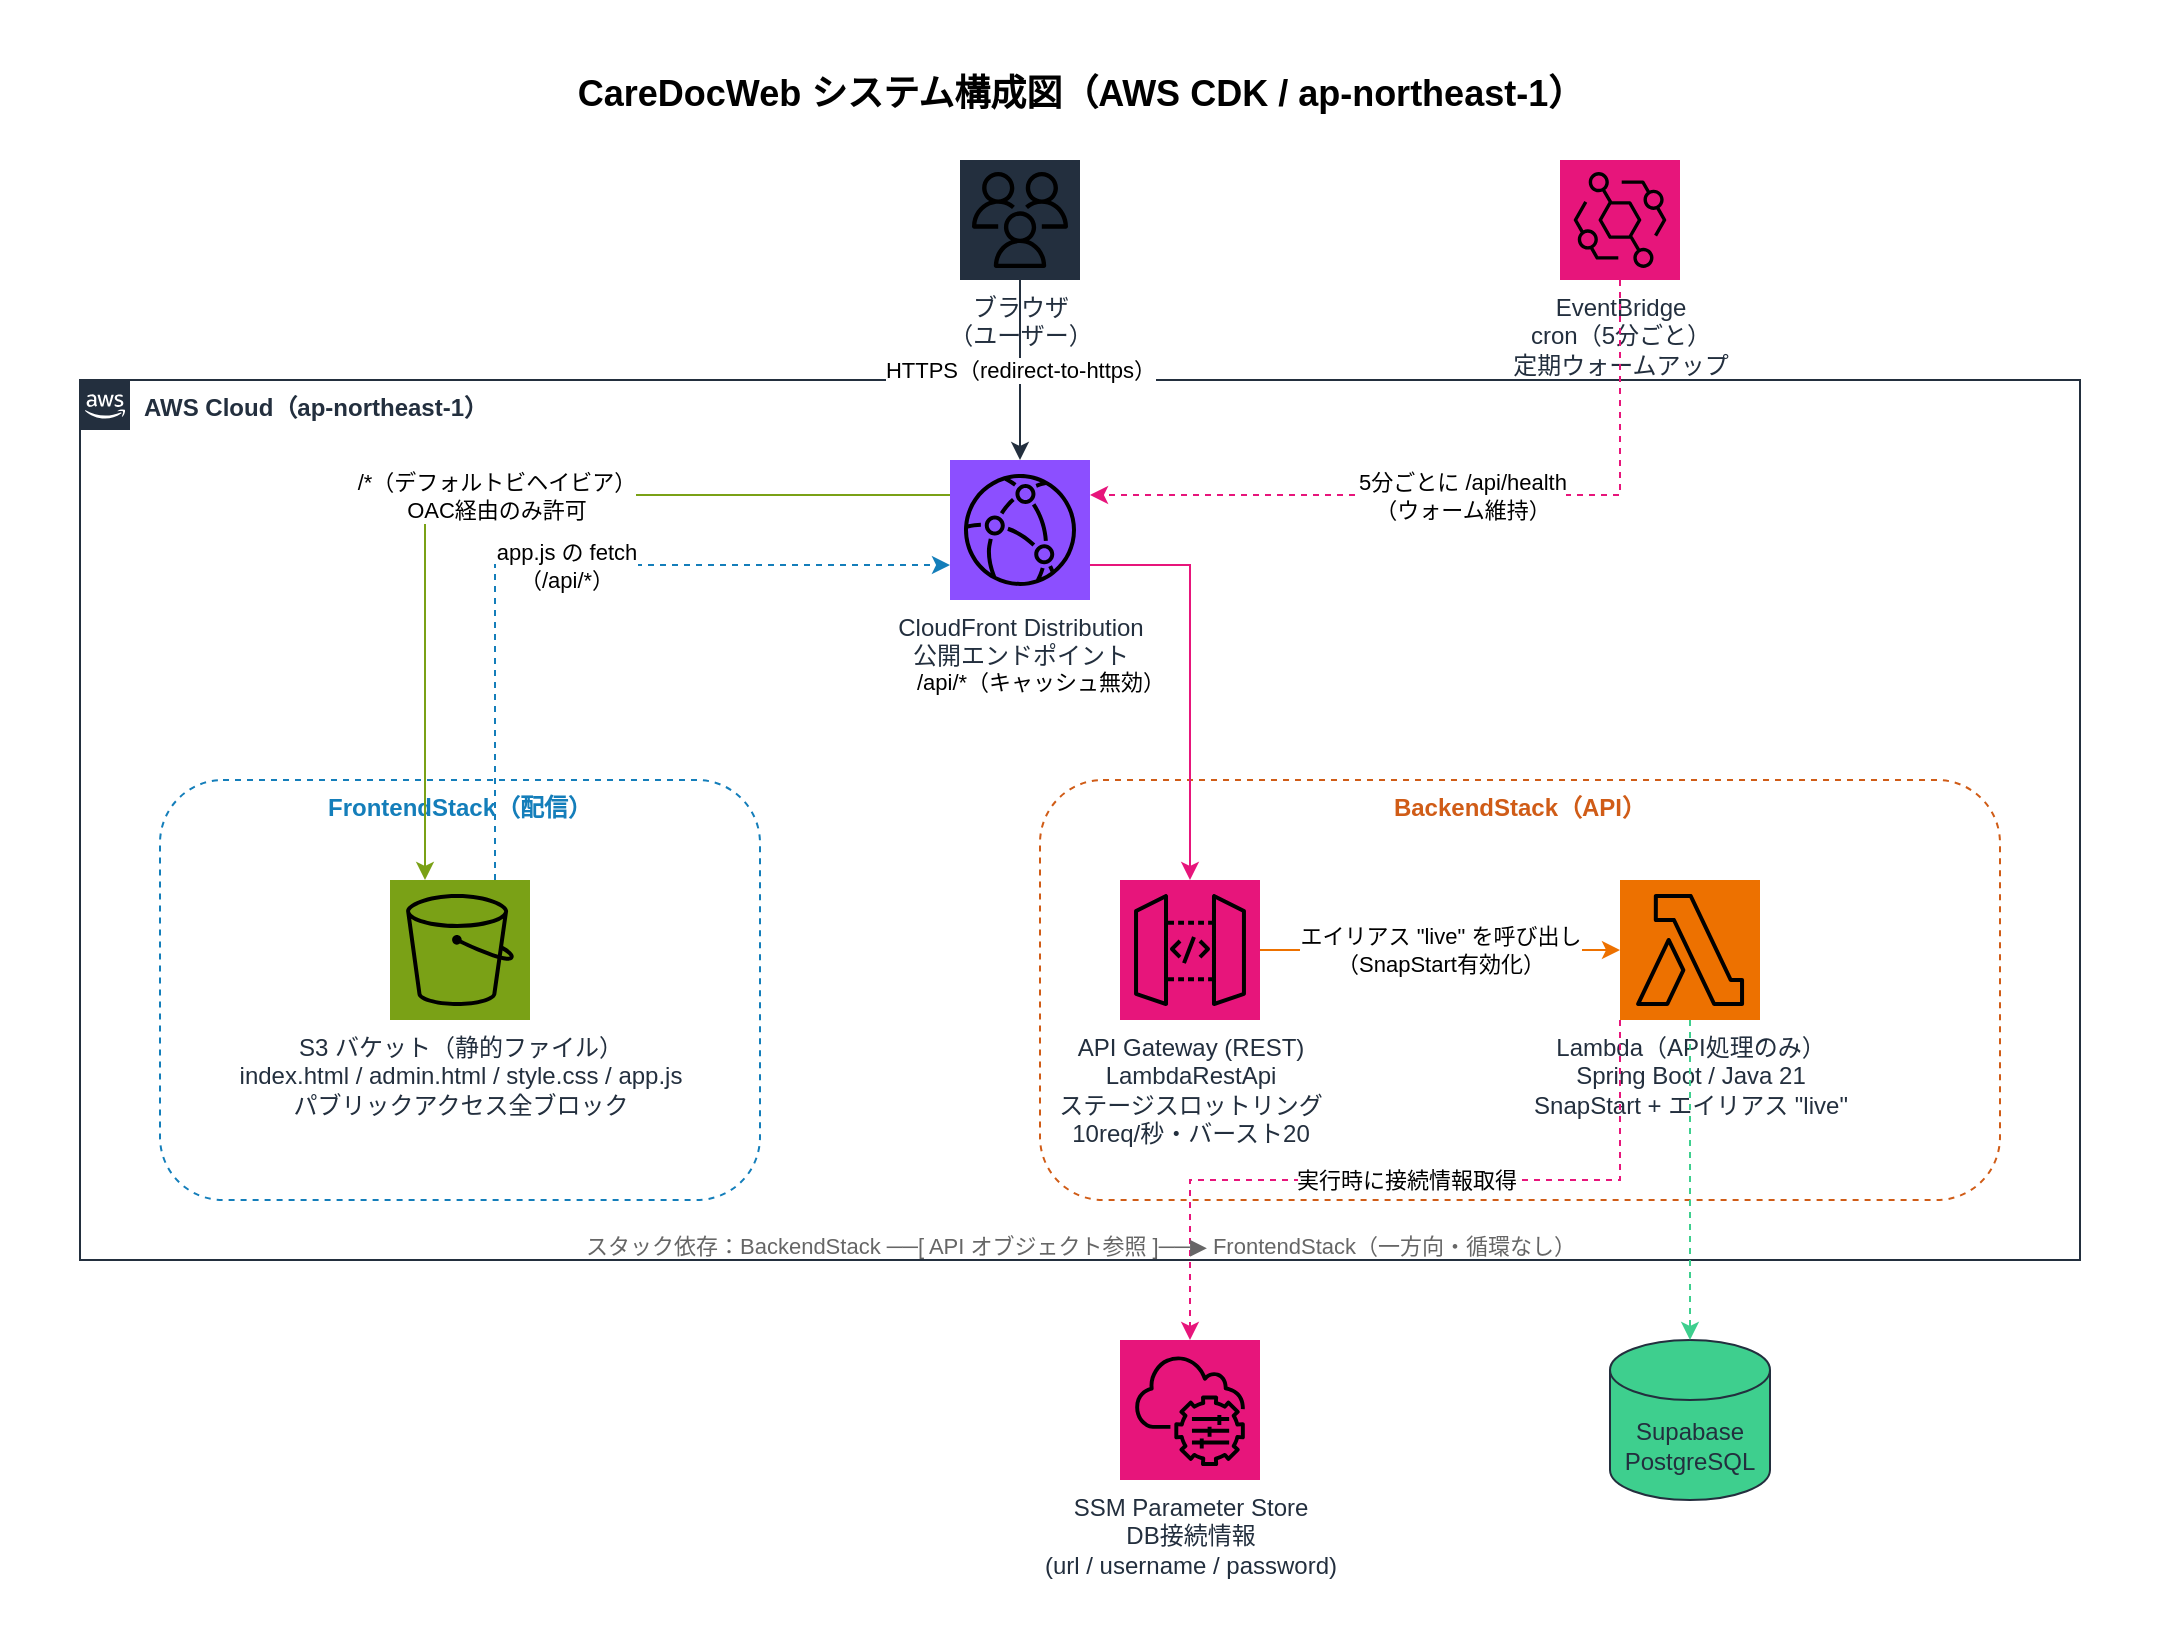
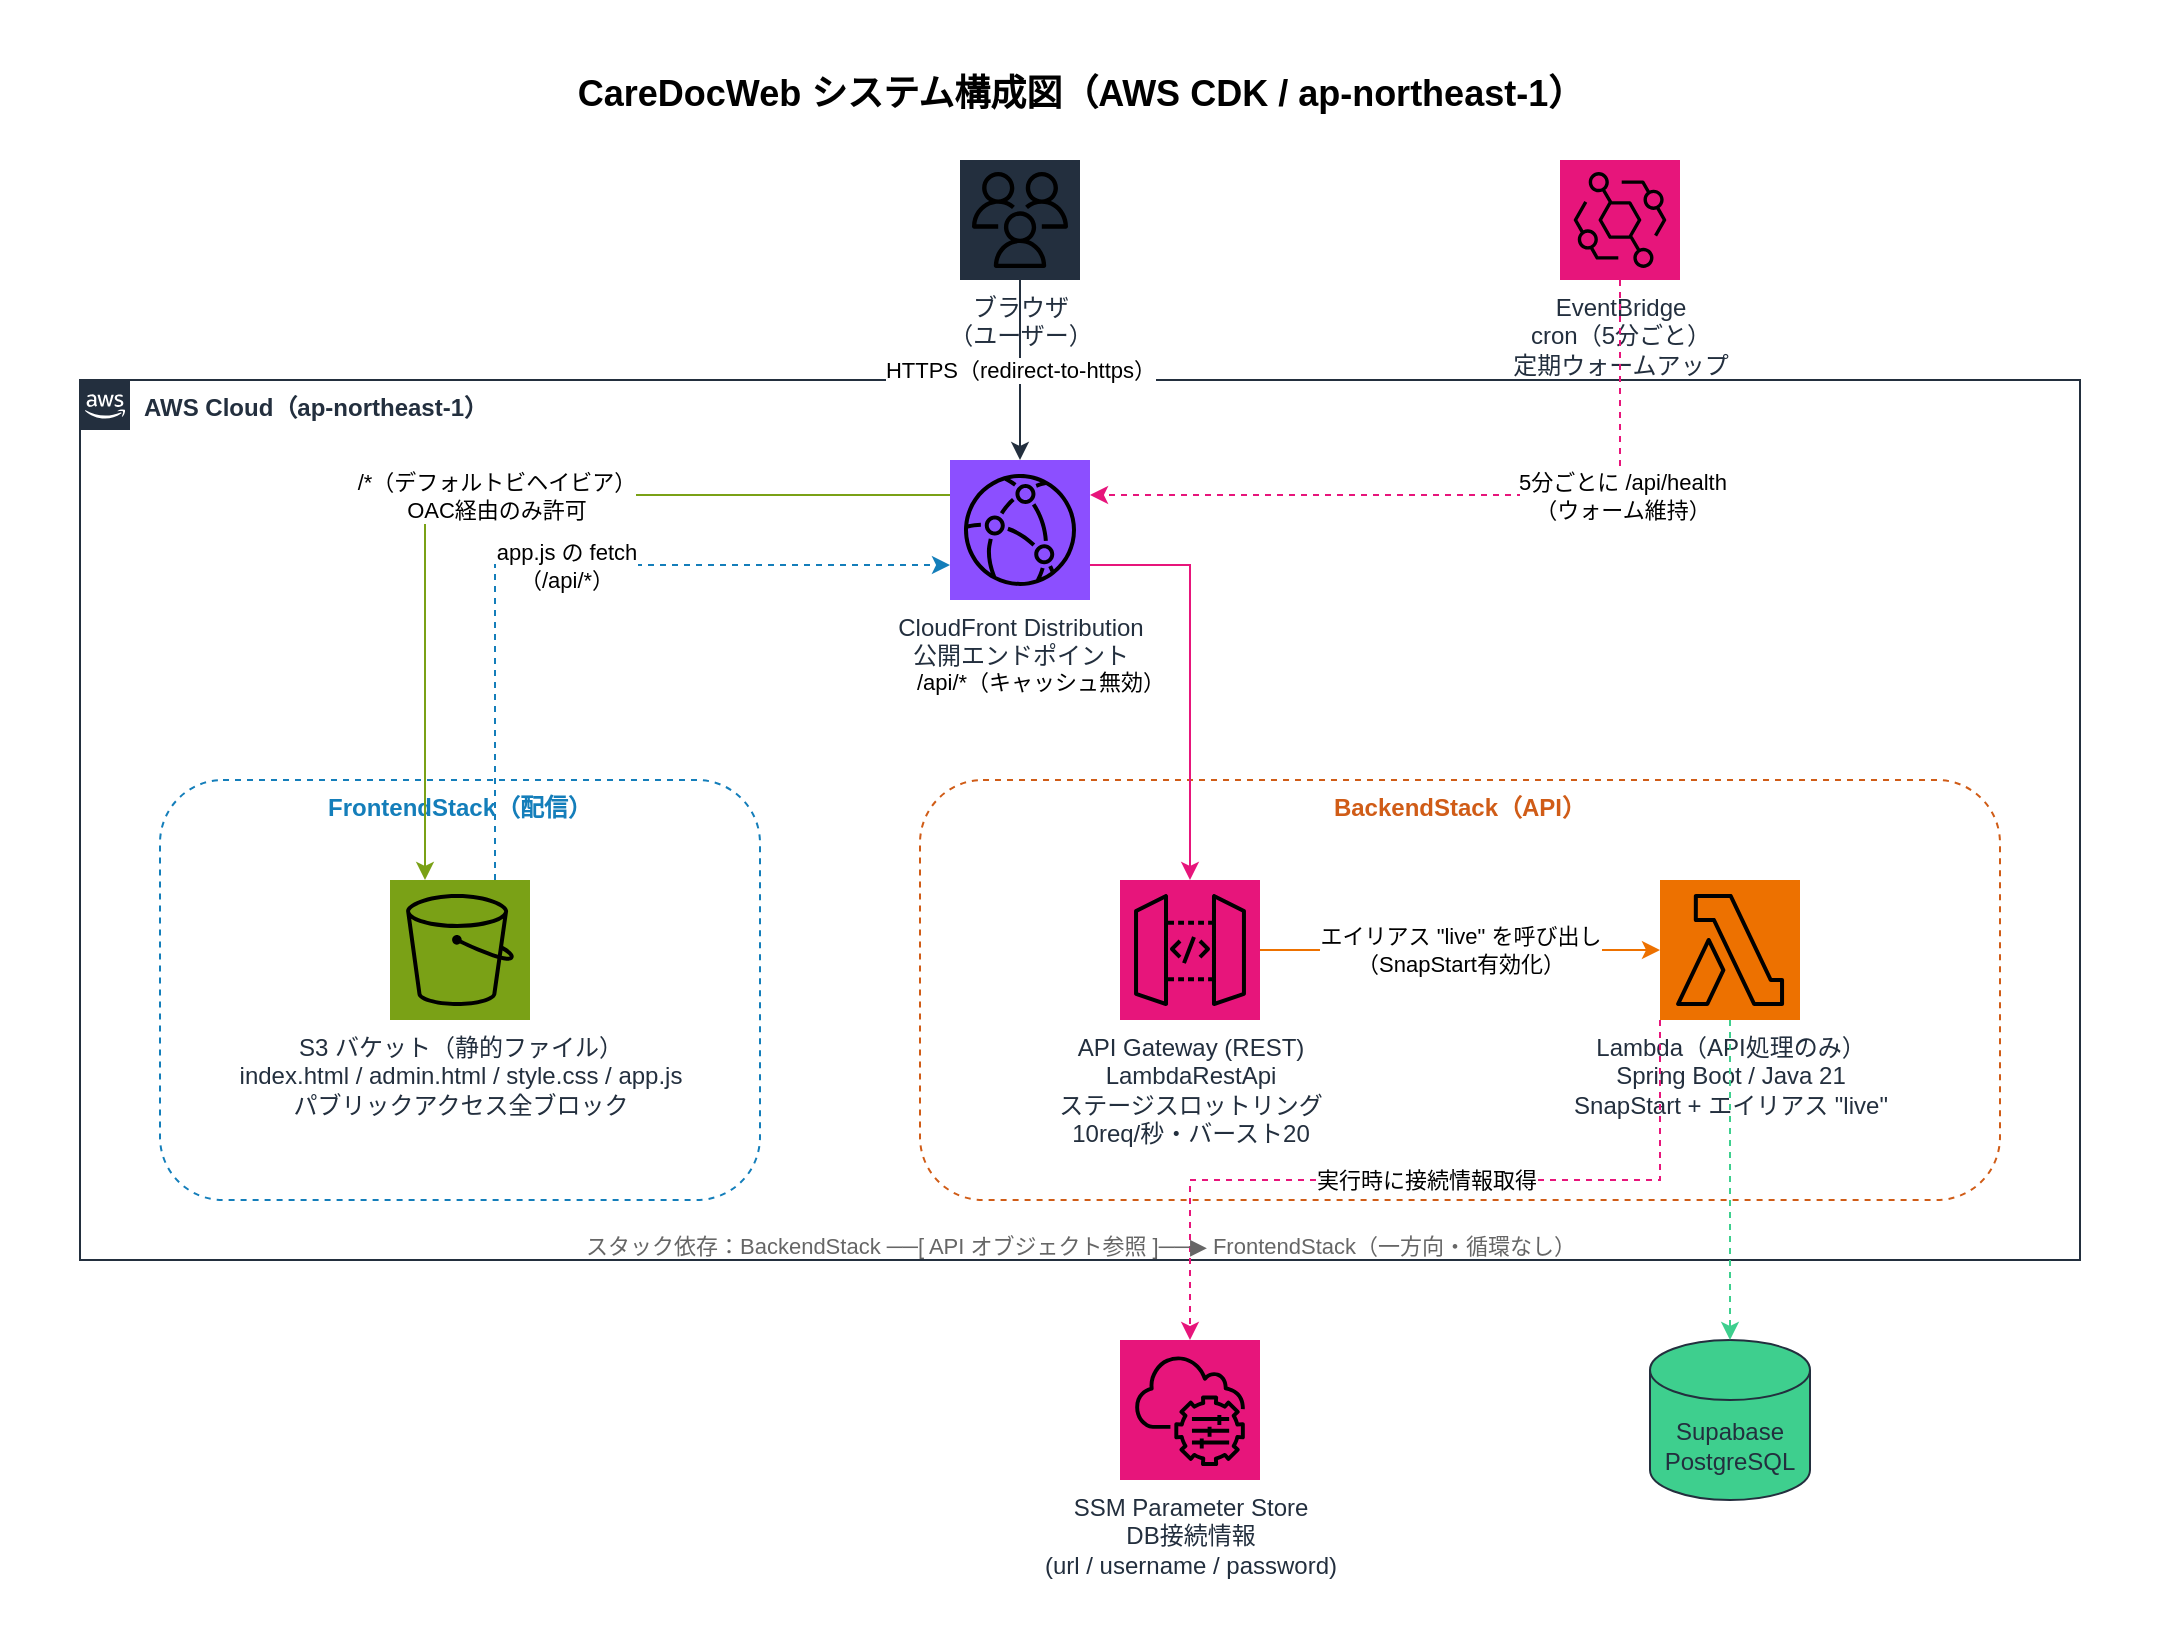
<mxfile host="app.diagrams.net">
-   <diagram id="GJ-od4RyAhmryUaC1clq" name="CareDocWeb システム構成図">
+   <diagram name="CareDocWeb システム構成図" id="usbk0odRFyMoZDVA6Zk8">
    <mxGraphModel dx="1030" dy="1856" grid="1" gridSize="10" guides="1" tooltips="1" connect="1" arrows="1" fold="1" page="1" pageScale="1" pageWidth="827" pageHeight="1169" math="0" shadow="0">
      <root>
        <mxCell id="0" />
        <mxCell id="1" parent="0" />
-         <mxCell id="wGB5IGnbVNN5AnvVcGlE-1" parent="1" style="rounded=0;whiteSpace=wrap;html=1;fillColor=none;strokeColor=none;" value="" vertex="1">
+         <mxCell id="gzYDtoCXzlEliaP7WtSG-1" parent="1" style="rounded=0;whiteSpace=wrap;html=1;fillColor=none;strokeColor=none;" value="" vertex="1">
          <mxGeometry height="820" width="1080" x="40" y="-10" as="geometry" />
        </mxCell>
-         <mxCell id="wGB5IGnbVNN5AnvVcGlE-2" parent="1" style="text;html=1;fontSize=18;fontStyle=1;align=center;" value="CareDocWeb システム構成図（AWS CDK / ap-northeast-1）" vertex="1">
+         <mxCell id="gzYDtoCXzlEliaP7WtSG-2" parent="1" style="text;html=1;fontSize=18;fontStyle=1;align=center;" value="CareDocWeb システム構成図（AWS CDK / ap-northeast-1）" vertex="1">
          <mxGeometry height="30" width="600" x="280" y="20" as="geometry" />
        </mxCell>
-         <mxCell id="wGB5IGnbVNN5AnvVcGlE-3" parent="1" style="shape=mxgraph.aws4.resourceIcon;resIcon=mxgraph.aws4.users;html=1;fillColor=#232F3E;fontColor=#232F3E;verticalLabelPosition=bottom;verticalAlign=top;align=center;" value="ブラウザ&#xa;（ユーザー）" vertex="1">
+         <mxCell id="gzYDtoCXzlEliaP7WtSG-3" parent="1" style="shape=mxgraph.aws4.resourceIcon;resIcon=mxgraph.aws4.users;html=1;fillColor=#232F3E;fontColor=#232F3E;verticalLabelPosition=bottom;verticalAlign=top;align=center;" value="ブラウザ&#xa;（ユーザー）" vertex="1">
          <mxGeometry height="60" width="60" x="520" y="70" as="geometry" />
        </mxCell>
-         <mxCell id="wGB5IGnbVNN5AnvVcGlE-4" parent="1" style="shape=mxgraph.aws4.resourceIcon;resIcon=mxgraph.aws4.eventbridge;html=1;fillColor=#E7157B;fontColor=#232F3E;verticalLabelPosition=bottom;verticalAlign=top;align=center;" value="EventBridge&#xa;cron（5分ごと）&#xa;定期ウォームアップ" vertex="1">
+         <mxCell id="gzYDtoCXzlEliaP7WtSG-4" parent="1" style="shape=mxgraph.aws4.resourceIcon;resIcon=mxgraph.aws4.eventbridge;html=1;fillColor=#E7157B;fontColor=#232F3E;verticalLabelPosition=bottom;verticalAlign=top;align=center;" value="EventBridge&#xa;cron（5分ごと）&#xa;定期ウォームアップ" vertex="1">
          <mxGeometry height="60" width="60" x="820" y="70" as="geometry" />
        </mxCell>
-         <mxCell id="wGB5IGnbVNN5AnvVcGlE-5" parent="1" style="points=[[0,0],[0.25,0],[0.5,0],[0.75,0],[1,0],[1,0.25],[1,0.5],[1,0.75],[1,1],[0.75,1],[0.5,1],[0.25,1],[0,1],[0,0.75],[0,0.5],[0,0.25]];outlineConnect=0;gradientColor=none;html=1;whiteSpace=wrap;fontSize=12;fontStyle=1;container=0;pointerEvents=0;collapsible=0;recursiveResize=0;shape=mxgraph.aws4.group;grIcon=mxgraph.aws4.group_aws_cloud_alt;strokeColor=#232F3E;fillColor=none;verticalAlign=top;align=left;spacingLeft=30;fontColor=#232F3E;dashed=0;" value="AWS Cloud（ap-northeast-1）" vertex="1">
+         <mxCell id="gzYDtoCXzlEliaP7WtSG-5" parent="1" style="points=[[0,0],[0.25,0],[0.5,0],[0.75,0],[1,0],[1,0.25],[1,0.5],[1,0.75],[1,1],[0.75,1],[0.5,1],[0.25,1],[0,1],[0,0.75],[0,0.5],[0,0.25]];outlineConnect=0;gradientColor=none;html=1;whiteSpace=wrap;fontSize=12;fontStyle=1;container=0;pointerEvents=0;collapsible=0;recursiveResize=0;shape=mxgraph.aws4.group;grIcon=mxgraph.aws4.group_aws_cloud_alt;strokeColor=#232F3E;fillColor=none;verticalAlign=top;align=left;spacingLeft=30;fontColor=#232F3E;dashed=0;" value="AWS Cloud（ap-northeast-1）" vertex="1">
          <mxGeometry height="440" width="1000" x="80" y="180" as="geometry" />
        </mxCell>
-         <mxCell id="wGB5IGnbVNN5AnvVcGlE-6" parent="1" style="shape=mxgraph.aws4.resourceIcon;resIcon=mxgraph.aws4.cloudfront;html=1;fillColor=#8C4FFF;fontColor=#232F3E;verticalLabelPosition=bottom;verticalAlign=top;align=center;" value="CloudFront Distribution&lt;div&gt;公開エンドポイント&lt;div&gt;&lt;br&gt;&lt;/div&gt;&lt;/div&gt;" vertex="1">
+         <mxCell id="gzYDtoCXzlEliaP7WtSG-6" parent="1" style="shape=mxgraph.aws4.resourceIcon;resIcon=mxgraph.aws4.cloudfront;html=1;fillColor=#8C4FFF;fontColor=#232F3E;verticalLabelPosition=bottom;verticalAlign=top;align=center;" value="CloudFront Distribution&lt;div&gt;公開エンドポイント&lt;div&gt;&lt;br&gt;&lt;/div&gt;&lt;/div&gt;" vertex="1">
          <mxGeometry height="70" width="70" x="515" y="220" as="geometry" />
        </mxCell>
-         <mxCell id="wGB5IGnbVNN5AnvVcGlE-7" parent="1" style="rounded=1;whiteSpace=wrap;html=1;fillColor=none;strokeColor=#147EBA;dashed=1;verticalAlign=top;fontStyle=1;fontColor=#147EBA;fontSize=12;" value="FrontendStack（配信）" vertex="1">
+         <mxCell id="gzYDtoCXzlEliaP7WtSG-7" parent="1" style="rounded=1;whiteSpace=wrap;html=1;fillColor=none;strokeColor=#147EBA;dashed=1;verticalAlign=top;fontStyle=1;fontColor=#147EBA;fontSize=12;" value="FrontendStack（配信）" vertex="1">
          <mxGeometry height="210" width="300" x="120" y="380" as="geometry" />
        </mxCell>
-         <mxCell id="wGB5IGnbVNN5AnvVcGlE-8" parent="1" style="shape=mxgraph.aws4.resourceIcon;resIcon=mxgraph.aws4.s3;html=1;fillColor=#7AA116;fontColor=#232F3E;verticalLabelPosition=bottom;verticalAlign=top;align=center;" value="S3 バケット（静的ファイル）&#xa;index.html / admin.html / style.css / app.js&#xa;パブリックアクセス全ブロック" vertex="1">
+         <mxCell id="gzYDtoCXzlEliaP7WtSG-8" parent="1" style="shape=mxgraph.aws4.resourceIcon;resIcon=mxgraph.aws4.s3;html=1;fillColor=#7AA116;fontColor=#232F3E;verticalLabelPosition=bottom;verticalAlign=top;align=center;" value="S3 バケット（静的ファイル）&#xa;index.html / admin.html / style.css / app.js&#xa;パブリックアクセス全ブロック" vertex="1">
          <mxGeometry height="70" width="70" x="235" y="430" as="geometry" />
        </mxCell>
-         <mxCell id="wGB5IGnbVNN5AnvVcGlE-9" parent="1" style="rounded=1;whiteSpace=wrap;html=1;fillColor=none;strokeColor=#D05C17;dashed=1;verticalAlign=top;fontStyle=1;fontColor=#D05C17;fontSize=12;" value="BackendStack（API）" vertex="1">
-           <mxGeometry height="210" width="480" x="560" y="380" as="geometry" />
+         <mxCell id="gzYDtoCXzlEliaP7WtSG-9" parent="1" style="rounded=1;whiteSpace=wrap;html=1;fillColor=none;strokeColor=#D05C17;dashed=1;verticalAlign=top;fontStyle=1;fontColor=#D05C17;fontSize=12;" value="BackendStack（API）" vertex="1">
+           <mxGeometry height="210" width="540" x="500" y="380" as="geometry" />
        </mxCell>
-         <mxCell id="wGB5IGnbVNN5AnvVcGlE-10" parent="1" style="shape=mxgraph.aws4.resourceIcon;resIcon=mxgraph.aws4.api_gateway;html=1;fillColor=#E7157B;fontColor=#232F3E;verticalLabelPosition=bottom;verticalAlign=top;align=center;" value="API Gateway (REST)&lt;br&gt;LambdaRestApi&lt;br&gt;ステージスロットリング&lt;br&gt;10req/秒・バースト20&lt;div&gt;&lt;br/&gt;&lt;/div&gt;" vertex="1">
+         <mxCell id="gzYDtoCXzlEliaP7WtSG-10" parent="1" style="shape=mxgraph.aws4.resourceIcon;resIcon=mxgraph.aws4.api_gateway;html=1;fillColor=#E7157B;fontColor=#232F3E;verticalLabelPosition=bottom;verticalAlign=top;align=center;" value="API Gateway (REST)&lt;br&gt;LambdaRestApi&lt;br&gt;ステージスロットリング&lt;br&gt;10req/秒・バースト20&lt;div&gt;&lt;br/&gt;&lt;/div&gt;" vertex="1">
          <mxGeometry height="70" width="70" x="600" y="430" as="geometry" />
        </mxCell>
-         <mxCell id="wGB5IGnbVNN5AnvVcGlE-11" parent="1" style="shape=mxgraph.aws4.resourceIcon;resIcon=mxgraph.aws4.lambda;html=1;fillColor=#ED7100;fontColor=#232F3E;verticalLabelPosition=bottom;verticalAlign=top;align=center;" value="Lambda（API処理のみ）&lt;br&gt;Spring Boot / Java 21&lt;br&gt;SnapStart + エイリアス &quot;live&quot;&lt;div&gt;&lt;br/&gt;&lt;/div&gt;" vertex="1">
-           <mxGeometry height="70" width="70" x="850" y="430" as="geometry" />
+         <mxCell id="gzYDtoCXzlEliaP7WtSG-11" parent="1" style="shape=mxgraph.aws4.resourceIcon;resIcon=mxgraph.aws4.lambda;html=1;fillColor=#ED7100;fontColor=#232F3E;verticalLabelPosition=bottom;verticalAlign=top;align=center;" value="Lambda（API処理のみ）&lt;br&gt;Spring Boot / Java 21&lt;br&gt;SnapStart + エイリアス &quot;live&quot;&lt;div&gt;&lt;br/&gt;&lt;/div&gt;" vertex="1">
+           <mxGeometry height="70" width="70" x="870" y="430" as="geometry" />
        </mxCell>
-         <mxCell id="wGB5IGnbVNN5AnvVcGlE-12" parent="1" style="shape=mxgraph.aws4.resourceIcon;resIcon=mxgraph.aws4.systems_manager;html=1;fillColor=#E7157B;fontColor=#232F3E;verticalLabelPosition=bottom;verticalAlign=top;align=center;" value="SSM Parameter Store&#xa;DB接続情報&#xa;(url / username / password)" vertex="1">
+         <mxCell id="gzYDtoCXzlEliaP7WtSG-12" parent="1" style="shape=mxgraph.aws4.resourceIcon;resIcon=mxgraph.aws4.systems_manager;html=1;fillColor=#E7157B;fontColor=#232F3E;verticalLabelPosition=bottom;verticalAlign=top;align=center;" value="SSM Parameter Store&#xa;DB接続情報&#xa;(url / username / password)" vertex="1">
          <mxGeometry height="70" width="70" x="600" y="660" as="geometry" />
        </mxCell>
-         <mxCell id="wGB5IGnbVNN5AnvVcGlE-13" parent="1" style="shape=cylinder3;whiteSpace=wrap;html=1;boundedLbl=1;backgroundOutline=1;size=15;fillColor=#3ECF8E;strokeColor=#232F3E;fontColor=#232F3E;verticalAlign=middle;" value="Supabase&#xa;PostgreSQL" vertex="1">
-           <mxGeometry height="80" width="80" x="845" y="660" as="geometry" />
+         <mxCell id="gzYDtoCXzlEliaP7WtSG-13" parent="1" style="shape=cylinder3;whiteSpace=wrap;html=1;boundedLbl=1;backgroundOutline=1;size=15;fillColor=#3ECF8E;strokeColor=#232F3E;fontColor=#232F3E;verticalAlign=middle;" value="Supabase&#xa;PostgreSQL" vertex="1">
+           <mxGeometry height="80" width="80" x="865" y="660" as="geometry" />
        </mxCell>
-         <mxCell id="wGB5IGnbVNN5AnvVcGlE-14" edge="1" parent="1" source="wGB5IGnbVNN5AnvVcGlE-3" style="edgeStyle=orthogonalEdgeStyle;rounded=0;html=1;strokeColor=#232F3E;fontSize=11;" target="wGB5IGnbVNN5AnvVcGlE-6" value="HTTPS（redirect-to-https）">
+         <mxCell id="gzYDtoCXzlEliaP7WtSG-14" edge="1" parent="1" source="gzYDtoCXzlEliaP7WtSG-3" style="edgeStyle=orthogonalEdgeStyle;rounded=0;html=1;strokeColor=#232F3E;fontSize=11;" target="gzYDtoCXzlEliaP7WtSG-6" value="HTTPS（redirect-to-https）">
          <mxGeometry relative="1" as="geometry" />
        </mxCell>
-         <mxCell id="wGB5IGnbVNN5AnvVcGlE-15" edge="1" parent="1" source="wGB5IGnbVNN5AnvVcGlE-6" style="edgeStyle=orthogonalEdgeStyle;rounded=0;html=1;strokeColor=#7AA116;fontSize=11;exitX=0;exitY=0.25;entryX=0.25;entryY=0;" target="wGB5IGnbVNN5AnvVcGlE-8" value="/*（デフォルトビヘイビア）&#xa;OAC経由のみ許可">
+         <mxCell id="gzYDtoCXzlEliaP7WtSG-15" edge="1" parent="1" source="gzYDtoCXzlEliaP7WtSG-6" style="edgeStyle=orthogonalEdgeStyle;rounded=0;html=1;strokeColor=#7AA116;fontSize=11;exitX=0;exitY=0.25;entryX=0.25;entryY=0;" target="gzYDtoCXzlEliaP7WtSG-8" value="/*（デフォルトビヘイビア）&#xa;OAC経由のみ許可">
          <mxGeometry relative="1" as="geometry" />
        </mxCell>
-         <mxCell id="wGB5IGnbVNN5AnvVcGlE-16" edge="1" parent="1" source="wGB5IGnbVNN5AnvVcGlE-6" style="edgeStyle=orthogonalEdgeStyle;rounded=0;html=1;strokeColor=#E7157B;fontSize=11;exitX=1;exitY=0.75;entryX=0.5;entryY=0;" target="wGB5IGnbVNN5AnvVcGlE-10" value="/api/*（キャッシュ無効）">
+         <mxCell id="gzYDtoCXzlEliaP7WtSG-16" edge="1" parent="1" source="gzYDtoCXzlEliaP7WtSG-6" style="edgeStyle=orthogonalEdgeStyle;rounded=0;html=1;strokeColor=#E7157B;fontSize=11;exitX=1;exitY=0.75;entryX=0.5;entryY=0;" target="gzYDtoCXzlEliaP7WtSG-10" value="/api/*（キャッシュ無効）">
          <mxGeometry relative="1" x="-1" y="-63" as="geometry">
            <mxPoint x="-25" y="-5" as="offset" />
          </mxGeometry>
        </mxCell>
-         <mxCell id="wGB5IGnbVNN5AnvVcGlE-17" edge="1" parent="1" source="wGB5IGnbVNN5AnvVcGlE-10" style="edgeStyle=orthogonalEdgeStyle;rounded=0;html=1;strokeColor=#ED7100;fontSize=11;" target="wGB5IGnbVNN5AnvVcGlE-11" value="エイリアス &quot;live&quot; を呼び出し&#xa;（SnapStart有効化）">
+         <mxCell id="gzYDtoCXzlEliaP7WtSG-17" edge="1" parent="1" source="gzYDtoCXzlEliaP7WtSG-10" style="edgeStyle=orthogonalEdgeStyle;rounded=0;html=1;strokeColor=#ED7100;fontSize=11;exitX=1;exitY=0.5;entryX=0;entryY=0.5;labelBackgroundColor=#FFFFFF;" target="gzYDtoCXzlEliaP7WtSG-11" value="エイリアス &quot;live&quot; を呼び出し&#xa;（SnapStart有効化）">
          <mxGeometry relative="1" as="geometry" />
        </mxCell>
-         <mxCell id="wGB5IGnbVNN5AnvVcGlE-18" edge="1" parent="1" source="wGB5IGnbVNN5AnvVcGlE-11" style="edgeStyle=orthogonalEdgeStyle;rounded=0;html=1;strokeColor=#3ECF8E;fontSize=11;exitX=0.5;exitY=1;entryX=0.5;entryY=0;dashed=1;" target="wGB5IGnbVNN5AnvVcGlE-13" value="">
+         <mxCell id="gzYDtoCXzlEliaP7WtSG-18" edge="1" parent="1" source="gzYDtoCXzlEliaP7WtSG-11" style="edgeStyle=orthogonalEdgeStyle;rounded=0;html=1;strokeColor=#3ECF8E;fontSize=11;exitX=0.5;exitY=1;entryX=0.5;entryY=0;dashed=1;" target="gzYDtoCXzlEliaP7WtSG-13" value="">
          <mxGeometry relative="1" as="geometry">
            <Array as="points">
-               <mxPoint x="885" y="655" />
+               <mxPoint x="905" y="655" />
            </Array>
          </mxGeometry>
        </mxCell>
-         <mxCell id="wGB5IGnbVNN5AnvVcGlE-19" edge="1" parent="1" source="wGB5IGnbVNN5AnvVcGlE-11" style="edgeStyle=orthogonalEdgeStyle;rounded=0;html=1;strokeColor=#E7157B;fontSize=11;exitX=0;exitY=1;entryX=0.5;entryY=0;dashed=1;" target="wGB5IGnbVNN5AnvVcGlE-12" value="実行時に接続情報取得">
+         <mxCell id="gzYDtoCXzlEliaP7WtSG-19" edge="1" parent="1" source="gzYDtoCXzlEliaP7WtSG-11" style="edgeStyle=orthogonalEdgeStyle;rounded=0;html=1;strokeColor=#E7157B;fontSize=11;exitX=0;exitY=1;entryX=0.5;entryY=0;dashed=1;" target="gzYDtoCXzlEliaP7WtSG-12" value="実行時に接続情報取得">
          <mxGeometry relative="1" as="geometry" />
        </mxCell>
-         <mxCell id="wGB5IGnbVNN5AnvVcGlE-20" edge="1" parent="1" source="wGB5IGnbVNN5AnvVcGlE-4" style="edgeStyle=orthogonalEdgeStyle;rounded=0;html=1;strokeColor=#E7157B;dashed=1;fontSize=11;exitX=0.5;exitY=1;entryX=1;entryY=0.25;" target="wGB5IGnbVNN5AnvVcGlE-6" value="5分ごとに /api/health&#xa;（ウォーム維持）">
-           <mxGeometry relative="1" as="geometry">
+         <mxCell id="gzYDtoCXzlEliaP7WtSG-20" edge="1" parent="1" source="gzYDtoCXzlEliaP7WtSG-4" style="edgeStyle=orthogonalEdgeStyle;rounded=0;html=1;strokeColor=#E7157B;dashed=1;fontSize=11;exitX=0.5;exitY=1;entryX=1;entryY=0.25;" target="gzYDtoCXzlEliaP7WtSG-6" value="5分ごとに /api/health&#xa;（ウォーム維持）">
+           <mxGeometry relative="1" x="-0.4228" as="geometry">
+             <mxPoint x="1" as="offset" />
            <Array as="points">
              <mxPoint x="850" y="238" />
            </Array>
          </mxGeometry>
        </mxCell>
-         <mxCell id="wGB5IGnbVNN5AnvVcGlE-21" edge="1" parent="1" source="wGB5IGnbVNN5AnvVcGlE-8" style="edgeStyle=orthogonalEdgeStyle;rounded=0;html=1;strokeColor=#147EBA;dashed=1;fontSize=11;exitX=0.75;exitY=0;entryX=0;entryY=0.75;" target="wGB5IGnbVNN5AnvVcGlE-6" value="app.js の fetch&#xa;（/api/*）">
+         <mxCell id="gzYDtoCXzlEliaP7WtSG-21" edge="1" parent="1" source="gzYDtoCXzlEliaP7WtSG-8" style="edgeStyle=orthogonalEdgeStyle;rounded=0;html=1;strokeColor=#147EBA;dashed=1;fontSize=11;exitX=0.75;exitY=0;entryX=0;entryY=0.75;" target="gzYDtoCXzlEliaP7WtSG-6" value="app.js の fetch&#xa;（/api/*）">
          <mxGeometry relative="1" as="geometry" />
        </mxCell>
-         <mxCell id="wGB5IGnbVNN5AnvVcGlE-22" parent="1" style="text;html=1;fontSize=11;fontColor=#666666;align=center;" value="スタック依存：BackendStack ──[ API オブジェクト参照 ]──▶ FrontendStack（一方向・循環なし）" vertex="1">
+         <mxCell id="gzYDtoCXzlEliaP7WtSG-22" parent="1" style="text;html=1;fontSize=11;fontColor=#666666;align=center;" value="スタック依存：BackendStack ──[ API オブジェクト参照 ]──▶ FrontendStack（一方向・循環なし）" vertex="1">
          <mxGeometry height="20" width="600" x="280" y="600" as="geometry" />
        </mxCell>
      </root>
    </mxGraphModel>
  </diagram>
</mxfile>
